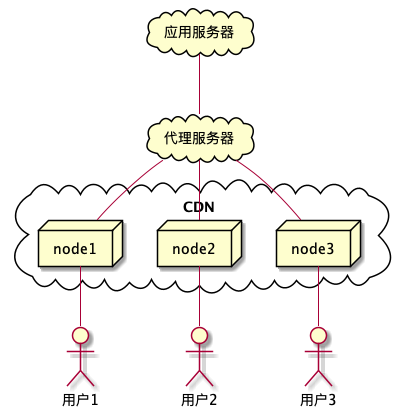
Claude-Ray/claude-ray.github.io keeps this PlantUML diagram as source/image/ssr-cdn-cache/cdn2.png. Above is the earlier version.
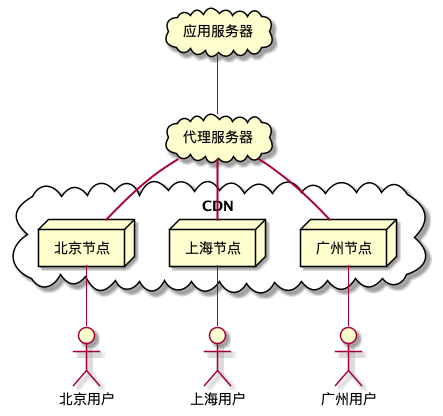
Above is the later version.

Commit message:
update ssr-cdn-cache

The edit, as a diff of the source:
```diff
@@ -2,19 +2,19 @@
 cloud 应用服务器
 cloud 代理服务器
 cloud CDN {
-    node node1
-    node node2
-    node node3
+    node 北京节点
+    node 上海节点
+    node 广州节点
 }
-actor 用户1
-actor 用户2
-actor 用户3
+actor 北京用户
+actor 上海用户
+actor 广州用户
 
 应用服务器 -- 代理服务器
-代理服务器 -- node1
-代理服务器 -- node2
-代理服务器 -- node3
-node1 -- 用户1
-node2 -- 用户2
-node3 -- 用户3
+代理服务器 == 北京节点
+代理服务器 == 上海节点
+代理服务器 == 广州节点
+北京节点 -- 北京用户
+上海节点 -- 上海用户
+广州节点 -- 广州用户
 @enduml
```
